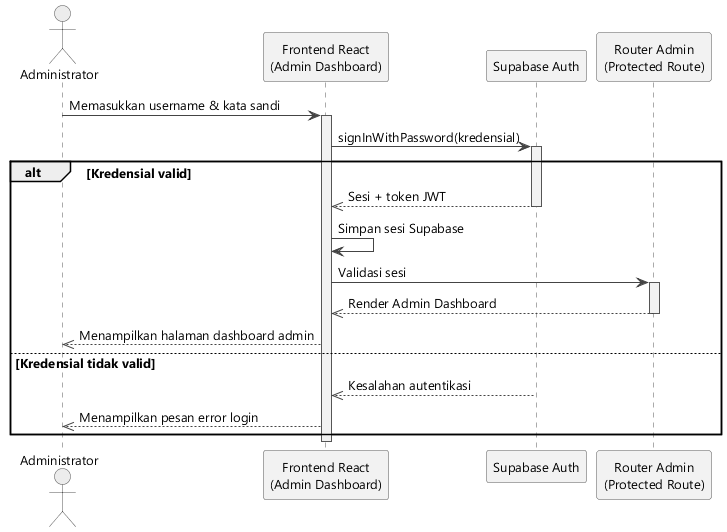
The PlantUML diagram images/diagram_sequence_autentikasi.png in Jokskuyy/workflow-ta-proyek, before a commit. The source it was exported from:
```plantuml
@startuml gambar-2-15-sequence-autentikasi-admin

skinparam backgroundColor #FFFFFF
skinparam shadowing false
skinparam defaultFontName "Segoe UI"
skinparam defaultFontSize 13
skinparam sequenceArrowColor #444444
skinparam sequenceLifeLineBorderColor #555555
skinparam sequenceLifeLineBackgroundColor #F2F2F2
skinparam participant {
  BackgroundColor #F2F2F2
  BorderColor #555555
}
skinparam actor {
  BackgroundColor #ECECEC
  BorderColor #555555
}


actor "Administrator" as Admin
participant "Frontend React\n(Admin Dashboard)" as FE
participant "Supabase Auth" as Auth
participant "Router Admin\n(Protected Route)" as Router

Admin -> FE : Memasukkan username & kata sandi
activate FE
FE -> Auth : signInWithPassword(kredensial)
activate Auth

alt Kredensial valid
  Auth -->> FE : Sesi + token JWT
  deactivate Auth
  FE -> FE : Simpan sesi Supabase
  FE -> Router : Validasi sesi
  activate Router
  Router -->> FE : Render Admin Dashboard
  deactivate Router
  FE -->> Admin : Menampilkan halaman dashboard admin
else Kredensial tidak valid
  Auth -->> FE : Kesalahan autentikasi
  deactivate Auth
  FE -->> Admin : Menampilkan pesan error login
end
deactivate FE

@enduml
```
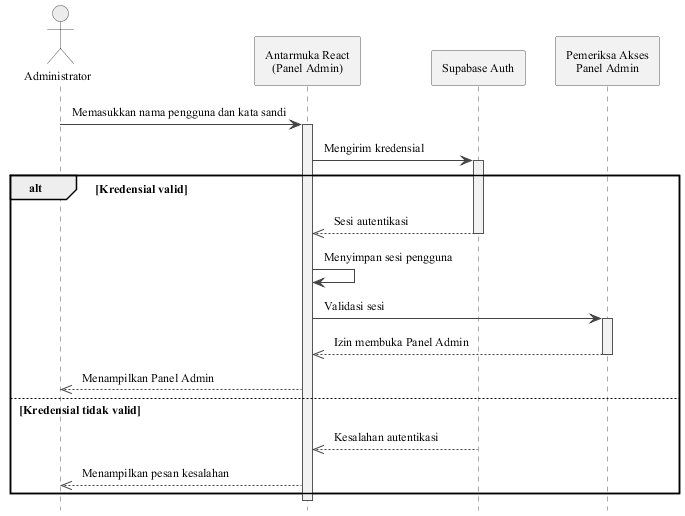
The same diagram one commit later.

Diff of the diagram source:
```diff
@@ -2,11 +2,14 @@
 
 skinparam backgroundColor #FFFFFF
 skinparam shadowing false
-skinparam defaultFontName "Segoe UI"
-skinparam defaultFontSize 13
+skinparam defaultFontName "Times New Roman"
+skinparam defaultFontSize 12
 skinparam sequenceArrowColor #444444
 skinparam sequenceLifeLineBorderColor #555555
 skinparam sequenceLifeLineBackgroundColor #F2F2F2
+skinparam ParticipantPadding 10
+skinparam BoxPadding 4
+skinparam Padding 4
 skinparam participant {
   BackgroundColor #F2F2F2
   BorderColor #555555
@@ -16,30 +19,31 @@
   BorderColor #555555
 }
 
+hide footbox
 
 actor "Administrator" as Admin
-participant "Frontend React\n(Admin Dashboard)" as FE
+participant "Antarmuka React\n(Panel Admin)" as FE
 participant "Supabase Auth" as Auth
-participant "Router Admin\n(Protected Route)" as Router
+participant "Pemeriksa Akses\nPanel Admin" as Router
 
-Admin -> FE : Memasukkan username & kata sandi
+Admin -> FE : Memasukkan nama pengguna dan kata sandi
 activate FE
-FE -> Auth : signInWithPassword(kredensial)
+FE -> Auth : Mengirim kredensial
 activate Auth
 
 alt Kredensial valid
-  Auth -->> FE : Sesi + token JWT
+  Auth -->> FE : Sesi autentikasi
   deactivate Auth
-  FE -> FE : Simpan sesi Supabase
+  FE -> FE : Menyimpan sesi pengguna
   FE -> Router : Validasi sesi
   activate Router
-  Router -->> FE : Render Admin Dashboard
+  Router -->> FE : Izin membuka Panel Admin
   deactivate Router
-  FE -->> Admin : Menampilkan halaman dashboard admin
+  FE -->> Admin : Menampilkan Panel Admin
 else Kredensial tidak valid
   Auth -->> FE : Kesalahan autentikasi
   deactivate Auth
-  FE -->> Admin : Menampilkan pesan error login
+  FE -->> Admin : Menampilkan pesan kesalahan
 end
 deactivate FE
 
```
